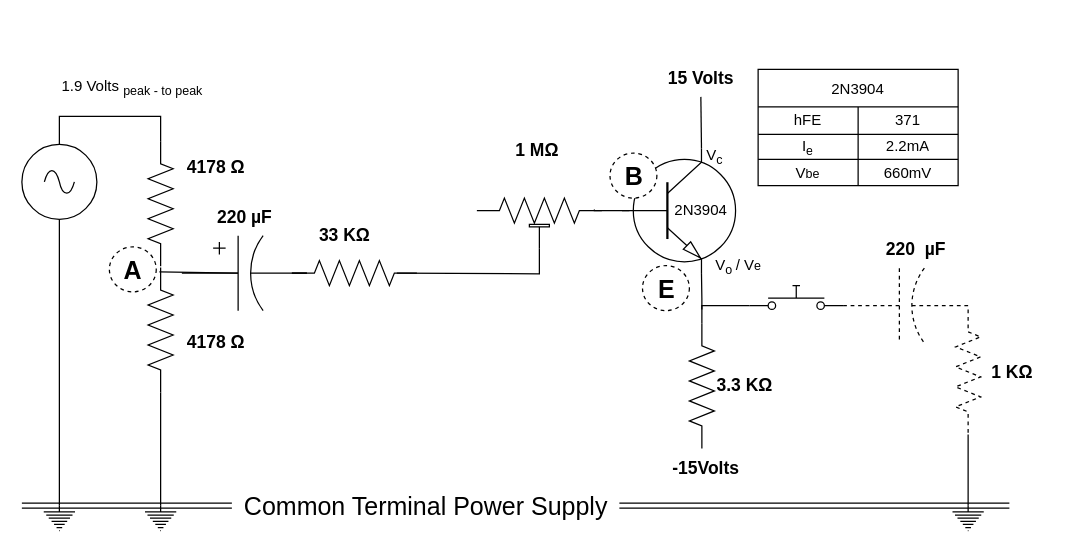
Before: Lab04-EmitterFollower/EmitterFollower.drawio in k3jdr/MyLabsData, a draw.io diagram. Source tidied: cells renumbered, new cells numbered last; positions are measured from the earlier drawing's top-left corner, leaving out a move shared by most shapes. Both pictures are drawn from the tidied source at 125%, with x=0, y=0 at pixel (21, 59).
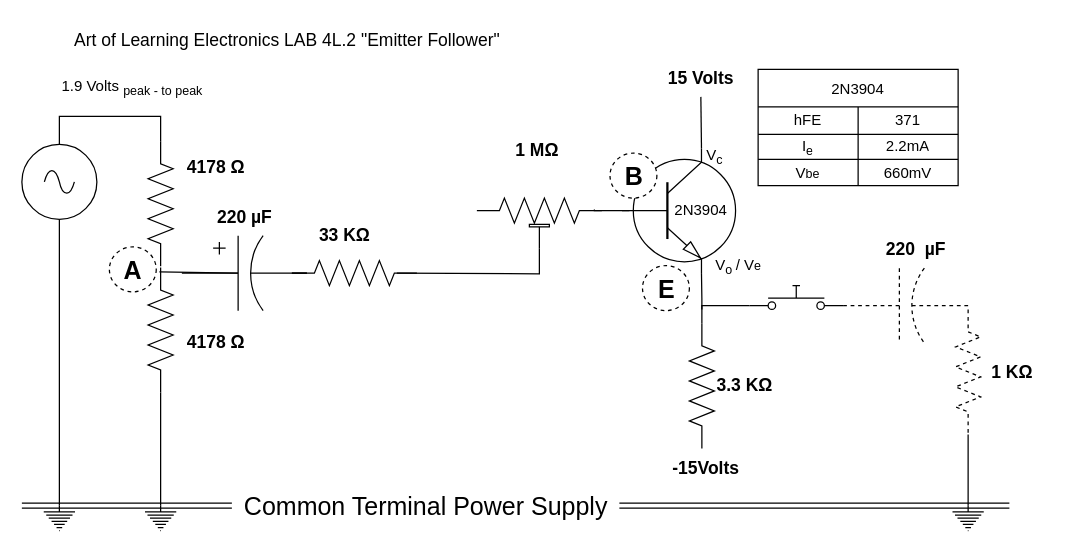
After the change.

What changed in the source:
```diff
@@
+    <mxCell id="57" value="Art of Learning Electronics LAB 4L.2 &quot;Emitter Follower&quot;" style="text;html=1;align=center;verticalAlign=middle;strokeColor=none;fillColor=none;fontSize=14;" parent="1" vertex="1">
+      <mxGeometry x="32" y="-30" width="360" height="30" as="geometry" />
+    </mxCell>
```
